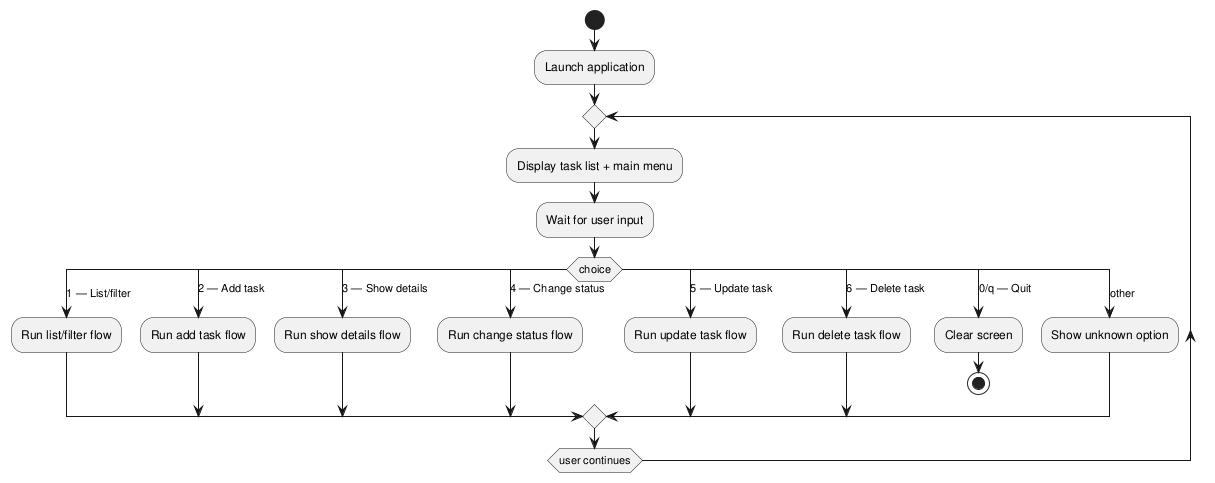
Before: experiments/broadcast/user_stories/TODO/artifacts/activity_diagram.png, a diagram exported from PlantUML (DanielRiha8906/Software_autoevolution_using_agents).
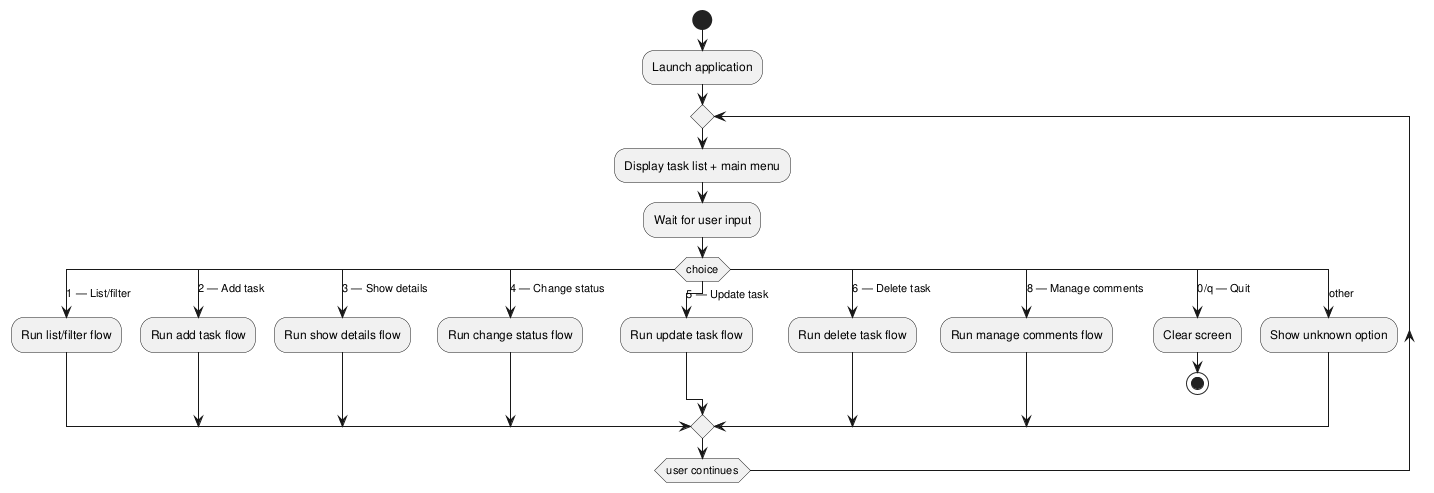
The same file after the commit.

Diff of the diagram source:
```diff
@@ -20,6 +20,8 @@
       :Run update task flow;
     case (6 — Delete task)
       :Run delete task flow;
+    case (8 — Manage comments)
+      :Run manage comments flow;
     case (0/q — Quit)
       :Clear screen;
       stop
```
